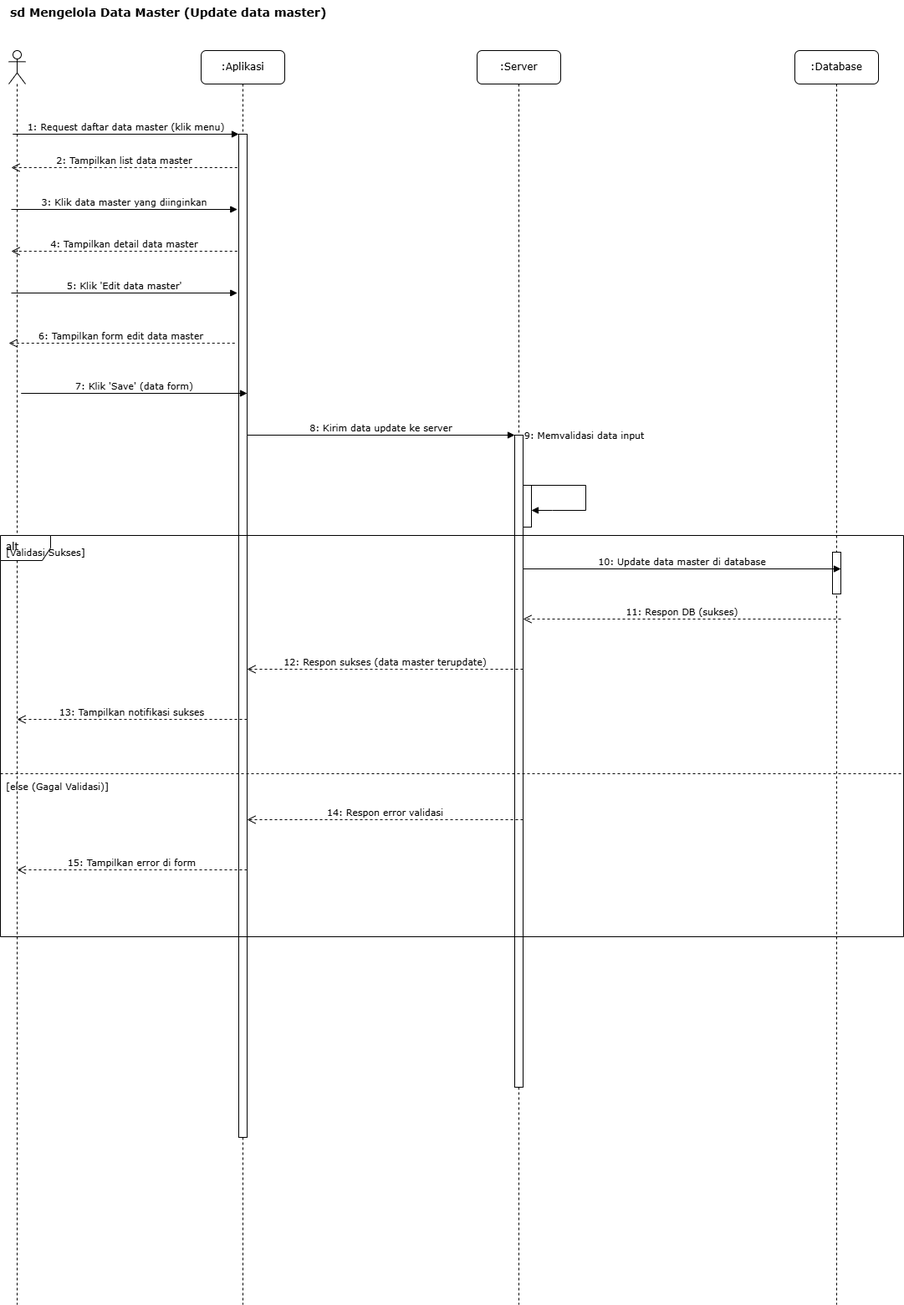
The draw.io diagram Diagram/sequence-diagram-skripsi-mengelola-data-master-update.drawio.png in Rizz404/SKRIPSI_V2, before a commit. Source tidied: cells renumbered, new cells last; positions are measured from the earlier drawing's top-left corner, leaving out a move shared by most shapes.
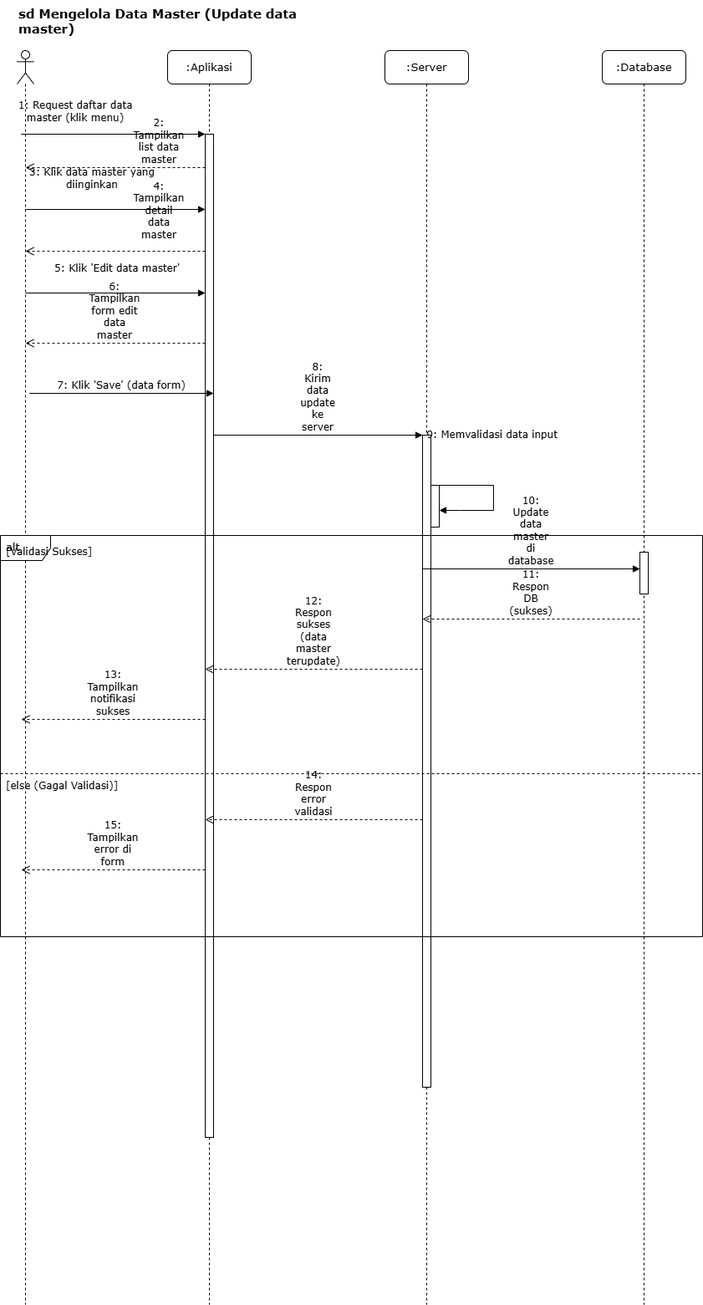
The same file after the commit.

Diff of the diagram source:
```diff
@@ -2,137 +2,137 @@
   <root>
     <mxCell id="0" />
     <mxCell id="1" parent="0" />
-    <mxCell id="2" value="sd Mengelola Data Master (Update data master)" style="text;html=1;strokeColor=none;fillColor=none;align=left;verticalAlign=top;whiteSpace=wrap;rounded=0;fontFamily=Verdana;fontSize=14;fontStyle=1;" parent="1" vertex="1">
-      <mxGeometry x="10" width="400" height="30" as="geometry" />
+    <mxCell id="2" value="sd Mengelola Data Master (Update data master)" style="text;html=1;strokeColor=none;fillColor=none;align=left;verticalAlign=top;whiteSpace=wrap;rounded=0;fontFamily=Verdana;fontSize=15;fontStyle=1;" parent="1" vertex="1">
+      <mxGeometry x="-90" width="400" height="30" as="geometry" />
     </mxCell>
     <mxCell id="3" style="shape=umlLifeline;perimeter=lifelinePerimeter;whiteSpace=wrap;html=1;newEdgeStyle={&quot;curved&quot;:0,&quot;rounded&quot;:0};participant=umlActor;" parent="1" vertex="1">
-      <mxGeometry x="10" y="60" width="20" height="1500" as="geometry" />
+      <mxGeometry x="-90" y="60" width="20" height="1500" as="geometry" />
     </mxCell>
-    <mxCell id="4" value=":Aplikasi" style="shape=umlLifeline;perimeter=lifelinePerimeter;whiteSpace=wrap;html=1;rounded=1;shadow=0;comic=0;labelBackgroundColor=none;strokeWidth=1;fontFamily=Verdana;fontSize=12;align=center;" parent="1" vertex="1">
-      <mxGeometry x="240" y="60" width="100" height="1500" as="geometry" />
+    <mxCell id="4" value=":Aplikasi" style="shape=umlLifeline;perimeter=lifelinePerimeter;whiteSpace=wrap;html=1;rounded=1;shadow=0;comic=0;labelBackgroundColor=none;strokeWidth=1;fontFamily=Verdana;fontSize=13;align=center;" parent="1" vertex="1">
+      <mxGeometry x="90" y="60" width="100" height="1500" as="geometry" />
     </mxCell>
-    <mxCell id="5" value="6: Tampilkan form edit data master" style="html=1;verticalAlign=bottom;endArrow=open;dashed=1;endSize=8;labelBackgroundColor=none;fontFamily=Verdana;fontSize=11;" parent="4" edge="1">
+    <mxCell id="5" value="6: Tampilkan form edit data master" style="html=1;verticalAlign=bottom;endArrow=open;dashed=1;endSize=8;labelBackgroundColor=none;fontFamily=Verdana;fontSize=12;whiteSpace=wrap;" parent="1" edge="1">
       <mxGeometry relative="1" as="geometry">
-        <mxPoint x="40.2" y="350" as="sourcePoint" />
-        <mxPoint x="-230" y="350" as="targetPoint" />
+        <mxPoint x="135" y="410" as="sourcePoint" />
+        <mxPoint x="-80" y="410" as="targetPoint" />
       </mxGeometry>
     </mxCell>
-    <mxCell id="6" value="5: Klik 'Edit data master'" style="html=1;verticalAlign=bottom;labelBackgroundColor=none;endArrow=block;rounded=0;fontFamily=Verdana;fontSize=11;" parent="4" edge="1">
-      <mxGeometry relative="1" as="geometry">
-        <mxPoint x="-227" y="290" as="sourcePoint" />
-        <mxPoint x="43.2" y="290" as="targetPoint" />
+    <mxCell id="6" value="5: Klik 'Edit data master'" style="html=1;verticalAlign=bottom;labelBackgroundColor=none;endArrow=block;rounded=0;fontFamily=Verdana;fontSize=12;whiteSpace=wrap;" parent="1" edge="1">
+      <mxGeometry x="0.02" y="20" relative="1" as="geometry">
+        <mxPoint x="-80" y="350" as="sourcePoint" />
+        <mxPoint x="135" y="350" as="targetPoint" />
       </mxGeometry>
     </mxCell>
-    <mxCell id="7" value="4: Tampilkan detail data master" style="html=1;verticalAlign=bottom;endArrow=open;dashed=1;endSize=8;labelBackgroundColor=none;fontFamily=Verdana;fontSize=11;" parent="4" edge="1">
-      <mxGeometry relative="1" as="geometry">
-        <mxPoint x="43.2" y="240" as="sourcePoint" />
-        <mxPoint x="-227" y="240" as="targetPoint" />
+    <mxCell id="7" value="4: Tampilkan detail data master" style="html=1;verticalAlign=bottom;endArrow=open;dashed=1;endSize=8;labelBackgroundColor=none;fontFamily=Verdana;fontSize=12;whiteSpace=wrap;" parent="1" edge="1">
+      <mxGeometry x="-0.49" y="-10" relative="1" as="geometry">
+        <mxPoint x="135" y="300" as="sourcePoint" />
+        <mxPoint x="-80" y="300" as="targetPoint" />
       </mxGeometry>
     </mxCell>
-    <mxCell id="8" value="3: Klik data master yang diinginkan" style="html=1;verticalAlign=bottom;labelBackgroundColor=none;endArrow=block;rounded=0;fontFamily=Verdana;fontSize=11;" parent="4" edge="1">
-      <mxGeometry relative="1" as="geometry">
-        <mxPoint x="-227" y="190" as="sourcePoint" />
-        <mxPoint x="43.2" y="190" as="targetPoint" />
+    <mxCell id="8" value="3: Klik data master yang diinginkan" style="html=1;verticalAlign=bottom;labelBackgroundColor=none;endArrow=block;rounded=0;fontFamily=Verdana;fontSize=12;whiteSpace=wrap;" parent="1" edge="1">
+      <mxGeometry x="-0.26" y="20" relative="1" as="geometry">
+        <mxPoint x="-80" y="250" as="sourcePoint" />
+        <mxPoint x="135" y="250" as="targetPoint" />
       </mxGeometry>
     </mxCell>
-    <mxCell id="9" value="2: Tampilkan list data master" style="html=1;verticalAlign=bottom;endArrow=open;dashed=1;endSize=8;labelBackgroundColor=none;fontFamily=Verdana;fontSize=11;" parent="4" edge="1">
-      <mxGeometry relative="1" as="geometry">
-        <mxPoint x="43.2" y="140" as="sourcePoint" />
-        <mxPoint x="-227" y="140" as="targetPoint" />
+    <mxCell id="9" value="2: Tampilkan list data master" style="html=1;verticalAlign=bottom;endArrow=open;dashed=1;endSize=8;labelBackgroundColor=none;fontFamily=Verdana;fontSize=12;whiteSpace=wrap;" parent="1" edge="1">
+      <mxGeometry x="-0.49" relative="1" as="geometry">
+        <mxPoint x="135" y="200" as="sourcePoint" />
+        <mxPoint x="-80" y="200" as="targetPoint" />
       </mxGeometry>
     </mxCell>
-    <mxCell id="10" value=":Server" style="shape=umlLifeline;perimeter=lifelinePerimeter;whiteSpace=wrap;html=1;rounded=1;shadow=0;comic=0;labelBackgroundColor=none;strokeWidth=1;fontFamily=Verdana;fontSize=12;align=center;" parent="1" vertex="1">
-      <mxGeometry x="570" y="60" width="100" height="1500" as="geometry" />
+    <mxCell id="10" value=":Server" style="shape=umlLifeline;perimeter=lifelinePerimeter;whiteSpace=wrap;html=1;rounded=1;shadow=0;comic=0;labelBackgroundColor=none;strokeWidth=1;fontFamily=Verdana;fontSize=13;align=center;" parent="1" vertex="1">
+      <mxGeometry x="350" y="60" width="100" height="1500" as="geometry" />
     </mxCell>
-    <mxCell id="11" value=":Database" style="shape=umlLifeline;perimeter=lifelinePerimeter;whiteSpace=wrap;html=1;rounded=1;shadow=0;comic=0;labelBackgroundColor=none;strokeWidth=1;fontFamily=Verdana;fontSize=12;align=center;" parent="1" vertex="1">
-      <mxGeometry x="950" y="60" width="100" height="1500" as="geometry" />
+    <mxCell id="11" value=":Database" style="shape=umlLifeline;perimeter=lifelinePerimeter;whiteSpace=wrap;html=1;rounded=1;shadow=0;comic=0;labelBackgroundColor=none;strokeWidth=1;fontFamily=Verdana;fontSize=13;align=center;" parent="1" vertex="1">
+      <mxGeometry x="610" y="60" width="100" height="1500" as="geometry" />
     </mxCell>
     <mxCell id="12" style="html=1;points=[];perimeter=orthogonalPerimeter;fillColor=#ffffff;strokeColor=#000000;strokeWidth=1;" parent="1" vertex="1">
-      <mxGeometry x="285" y="160" width="10" height="1200" as="geometry" />
+      <mxGeometry x="135" y="160" width="10" height="1200" as="geometry" />
     </mxCell>
     <mxCell id="13" style="html=1;perimeter=orthogonalPerimeter;fillColor=#ffffff;strokeColor=#000000;strokeWidth=1;" parent="1" vertex="1">
-      <mxGeometry x="615" y="520" width="10" height="780" as="geometry" />
+      <mxGeometry x="395" y="520" width="10" height="780" as="geometry" />
     </mxCell>
     <mxCell id="14" style="html=1;perimeter=orthogonalPerimeter;fillColor=#ffffff;strokeColor=#000000;strokeWidth=1;" parent="1" vertex="1">
-      <mxGeometry x="995" y="660" width="10" height="50" as="geometry" />
+      <mxGeometry x="655" y="660" width="10" height="50" as="geometry" />
     </mxCell>
-    <mxCell id="15" value="1: Request daftar data master (klik menu)" style="html=1;verticalAlign=bottom;labelBackgroundColor=none;endArrow=block;rounded=0;fontFamily=Verdana;fontSize=11;" parent="1" edge="1">
-      <mxGeometry relative="1" as="geometry">
-        <mxPoint x="14.8" y="160" as="sourcePoint" />
-        <mxPoint x="285" y="160" as="targetPoint" />
+    <mxCell id="15" value="1: Request daftar data master (klik menu)" style="html=1;verticalAlign=bottom;labelBackgroundColor=none;endArrow=block;rounded=0;fontFamily=Verdana;fontSize=12;whiteSpace=wrap;" parent="1" edge="1">
+      <mxGeometry x="-0.41" y="10" relative="1" as="geometry">
+        <mxPoint x="-85.2" y="160" as="sourcePoint" />
+        <mxPoint x="135" y="160" as="targetPoint" />
       </mxGeometry>
     </mxCell>
-    <mxCell id="16" value="7: Klik 'Save' (data form)" style="html=1;verticalAlign=bottom;labelBackgroundColor=none;endArrow=block;rounded=0;fontFamily=Verdana;fontSize=11;" parent="1" edge="1">
+    <mxCell id="16" value="7: Klik 'Save' (data form)" style="html=1;verticalAlign=bottom;labelBackgroundColor=none;endArrow=block;rounded=0;fontFamily=Verdana;fontSize=12;whiteSpace=wrap;" parent="1" edge="1">
       <mxGeometry relative="1" as="geometry">
-        <mxPoint x="24.8" y="470" as="sourcePoint" />
-        <mxPoint x="295" y="470" as="targetPoint" />
+        <mxPoint x="-75.2" y="470" as="sourcePoint" />
+        <mxPoint x="145" y="470" as="targetPoint" />
       </mxGeometry>
     </mxCell>
-    <mxCell id="17" value="8: Kirim data update ke server" style="html=1;verticalAlign=bottom;endArrow=block;labelBackgroundColor=none;fontFamily=Verdana;fontSize=11;" parent="1" edge="1" source="12">
+    <mxCell id="17" value="8: Kirim data update ke server" style="html=1;verticalAlign=bottom;endArrow=block;labelBackgroundColor=none;fontFamily=Verdana;fontSize=12;whiteSpace=wrap;" parent="1" edge="1" source="12">
       <mxGeometry relative="1" as="geometry">
-        <mxPoint x="615" y="520" as="targetPoint" />
+        <mxPoint x="395" y="520" as="targetPoint" />
       </mxGeometry>
     </mxCell>
     <mxCell id="18" style="html=1;points=[];perimeter=orthogonalPerimeter;fillColor=#ffffff;strokeColor=#000000;strokeWidth=1;" parent="1" vertex="1">
-      <mxGeometry x="625" y="580" width="10" height="50" as="geometry" />
+      <mxGeometry x="405" y="580" width="10" height="50" as="geometry" />
     </mxCell>
-    <mxCell id="19" value="9: Memvalidasi data input" style="html=1;verticalAlign=bottom;endArrow=block;curved=0;labelBackgroundColor=none;fontFamily=Verdana;fontSize=11;rounded=0;" parent="1" edge="1" target="18">
+    <mxCell id="19" value="9: Memvalidasi data input" style="html=1;verticalAlign=bottom;endArrow=block;curved=0;labelBackgroundColor=none;fontFamily=Verdana;fontSize=12;rounded=0;" parent="1" edge="1" target="18">
       <mxGeometry x="-0.13" y="41" relative="1" as="geometry">
-        <mxPoint x="625" y="580" as="sourcePoint" />
+        <mxPoint x="405" y="580" as="sourcePoint" />
         <Array as="points">
-          <mxPoint x="700" y="580" />
-          <mxPoint x="700" y="610" />
-          <mxPoint x="660" y="610" />
+          <mxPoint x="480" y="580" />
+          <mxPoint x="480" y="610" />
+          <mxPoint x="440" y="610" />
         </Array>
         <mxPoint x="-1" y="-10" as="offset" />
       </mxGeometry>
     </mxCell>
-    <mxCell id="20" value="alt" style="shape=umlFrame;whiteSpace=wrap;html=1;verticalAlign=top;align=left;spacingLeft=5;fontFamily=Verdana;fontSize=12;" parent="1" vertex="1">
-      <mxGeometry y="640" width="1080" height="480" as="geometry" />
+    <mxCell id="20" value="alt" style="shape=umlFrame;whiteSpace=wrap;html=1;verticalAlign=top;align=left;spacingLeft=5;fontFamily=Verdana;fontSize=13;" parent="1" vertex="1">
+      <mxGeometry x="-110" y="640" width="840" height="480" as="geometry" />
     </mxCell>
-    <mxCell id="21" value="[Validasi Sukses]" style="text;html=1;align=left;verticalAlign=middle;strokeColor=none;fillColor=none;fontFamily=Verdana;fontSize=11;" parent="20" vertex="1">
-      <mxGeometry x="5" y="5" width="110" height="30" as="geometry" />
+    <mxCell id="21" value="[Validasi Sukses]" style="text;html=1;align=left;verticalAlign=middle;strokeColor=none;fillColor=none;fontFamily=Verdana;fontSize=12;" parent="20" vertex="1">
+      <mxGeometry x="5" y="5" width="120" height="30" as="geometry" />
     </mxCell>
-    <mxCell id="22" value="10: Update data master di database" style="html=1;verticalAlign=bottom;endArrow=block;labelBackgroundColor=none;fontFamily=Verdana;fontSize=11;" parent="20" edge="1">
+    <mxCell id="22" value="10: Update data master di database" style="html=1;verticalAlign=bottom;endArrow=block;labelBackgroundColor=none;fontFamily=Verdana;fontSize=12;whiteSpace=wrap;" parent="20" edge="1">
       <mxGeometry relative="1" as="geometry">
-        <mxPoint x="625" y="40" as="sourcePoint" />
-        <mxPoint x="1005" y="40" as="targetPoint" />
+        <mxPoint x="505" y="40" as="sourcePoint" />
+        <mxPoint x="765" y="40" as="targetPoint" />
       </mxGeometry>
     </mxCell>
-    <mxCell id="23" value="11: Respon DB (sukses)" style="html=1;verticalAlign=bottom;endArrow=open;dashed=1;endSize=8;labelBackgroundColor=none;fontFamily=Verdana;fontSize=11;" parent="20" edge="1">
+    <mxCell id="23" value="11: Respon DB (sukses)" style="html=1;verticalAlign=bottom;endArrow=open;dashed=1;endSize=8;labelBackgroundColor=none;fontFamily=Verdana;fontSize=12;whiteSpace=wrap;" parent="20" edge="1">
       <mxGeometry relative="1" as="geometry">
-        <mxPoint x="1005" y="100" as="sourcePoint" />
-        <mxPoint x="625" y="100" as="targetPoint" />
+        <mxPoint x="765" y="100" as="sourcePoint" />
+        <mxPoint x="505" y="100" as="targetPoint" />
       </mxGeometry>
     </mxCell>
-    <mxCell id="24" value="12: Respon sukses (data master terupdate)" style="html=1;verticalAlign=bottom;endArrow=open;dashed=1;endSize=8;labelBackgroundColor=none;fontFamily=Verdana;fontSize=11;" parent="20" edge="1">
+    <mxCell id="24" value="12: Respon sukses (data master terupdate)" style="html=1;verticalAlign=bottom;endArrow=open;dashed=1;endSize=8;labelBackgroundColor=none;fontFamily=Verdana;fontSize=12;whiteSpace=wrap;" parent="20" edge="1">
       <mxGeometry relative="1" as="geometry">
-        <mxPoint x="625" y="160" as="sourcePoint" />
-        <mxPoint x="295" y="160" as="targetPoint" />
+        <mxPoint x="505" y="160" as="sourcePoint" />
+        <mxPoint x="245" y="160" as="targetPoint" />
       </mxGeometry>
     </mxCell>
-    <mxCell id="25" value="13: Tampilkan notifikasi sukses" style="html=1;verticalAlign=bottom;endArrow=open;dashed=1;endSize=8;labelBackgroundColor=none;fontFamily=Verdana;fontSize=11;" parent="20" edge="1">
+    <mxCell id="25" value="13: Tampilkan notifikasi sukses" style="html=1;verticalAlign=bottom;endArrow=open;dashed=1;endSize=8;labelBackgroundColor=none;fontFamily=Verdana;fontSize=12;whiteSpace=wrap;" parent="20" edge="1">
       <mxGeometry relative="1" as="geometry">
-        <mxPoint x="295" y="220" as="sourcePoint" />
-        <mxPoint x="20" y="220" as="targetPoint" />
+        <mxPoint x="245" y="220" as="sourcePoint" />
+        <mxPoint x="25" y="220" as="targetPoint" />
       </mxGeometry>
     </mxCell>
     <mxCell id="26" style="line;html=1;strokeWidth=1;dashed=1;align=center;verticalAlign=middle;" parent="20" vertex="1">
-      <mxGeometry y="280" width="1080" height="10" as="geometry" />
+      <mxGeometry y="280" width="840" height="10" as="geometry" />
     </mxCell>
-    <mxCell id="27" value="[else (Gagal Validasi)]" style="text;html=1;align=left;verticalAlign=middle;strokeColor=none;fillColor=none;fontFamily=Verdana;fontSize=11;" parent="20" vertex="1">
-      <mxGeometry x="5" y="285" width="140" height="30" as="geometry" />
+    <mxCell id="27" value="[else (Gagal Validasi)]" style="text;html=1;align=left;verticalAlign=middle;strokeColor=none;fillColor=none;fontFamily=Verdana;fontSize=12;" parent="20" vertex="1">
+      <mxGeometry x="5" y="285" width="150" height="30" as="geometry" />
     </mxCell>
-    <mxCell id="28" value="14: Respon error validasi" style="html=1;verticalAlign=bottom;endArrow=open;dashed=1;endSize=8;labelBackgroundColor=none;fontFamily=Verdana;fontSize=11;" parent="20" edge="1">
+    <mxCell id="28" value="14: Respon error validasi" style="html=1;verticalAlign=bottom;endArrow=open;dashed=1;endSize=8;labelBackgroundColor=none;fontFamily=Verdana;fontSize=12;whiteSpace=wrap;" parent="20" edge="1">
       <mxGeometry relative="1" as="geometry">
-        <mxPoint x="625" y="340" as="sourcePoint" />
-        <mxPoint x="295" y="340" as="targetPoint" />
+        <mxPoint x="505" y="340" as="sourcePoint" />
+        <mxPoint x="245" y="340" as="targetPoint" />
       </mxGeometry>
     </mxCell>
-    <mxCell id="29" value="15: Tampilkan error di form" style="html=1;verticalAlign=bottom;endArrow=open;dashed=1;endSize=8;labelBackgroundColor=none;fontFamily=Verdana;fontSize=11;" parent="20" edge="1">
+    <mxCell id="29" value="15: Tampilkan error di form" style="html=1;verticalAlign=bottom;endArrow=open;dashed=1;endSize=8;labelBackgroundColor=none;fontFamily=Verdana;fontSize=12;whiteSpace=wrap;" parent="20" edge="1">
       <mxGeometry relative="1" as="geometry">
-        <mxPoint x="295" y="400" as="sourcePoint" />
-        <mxPoint x="20" y="400" as="targetPoint" />
+        <mxPoint x="245" y="400" as="sourcePoint" />
+        <mxPoint x="25" y="400" as="targetPoint" />
       </mxGeometry>
     </mxCell>
   </root>
```
